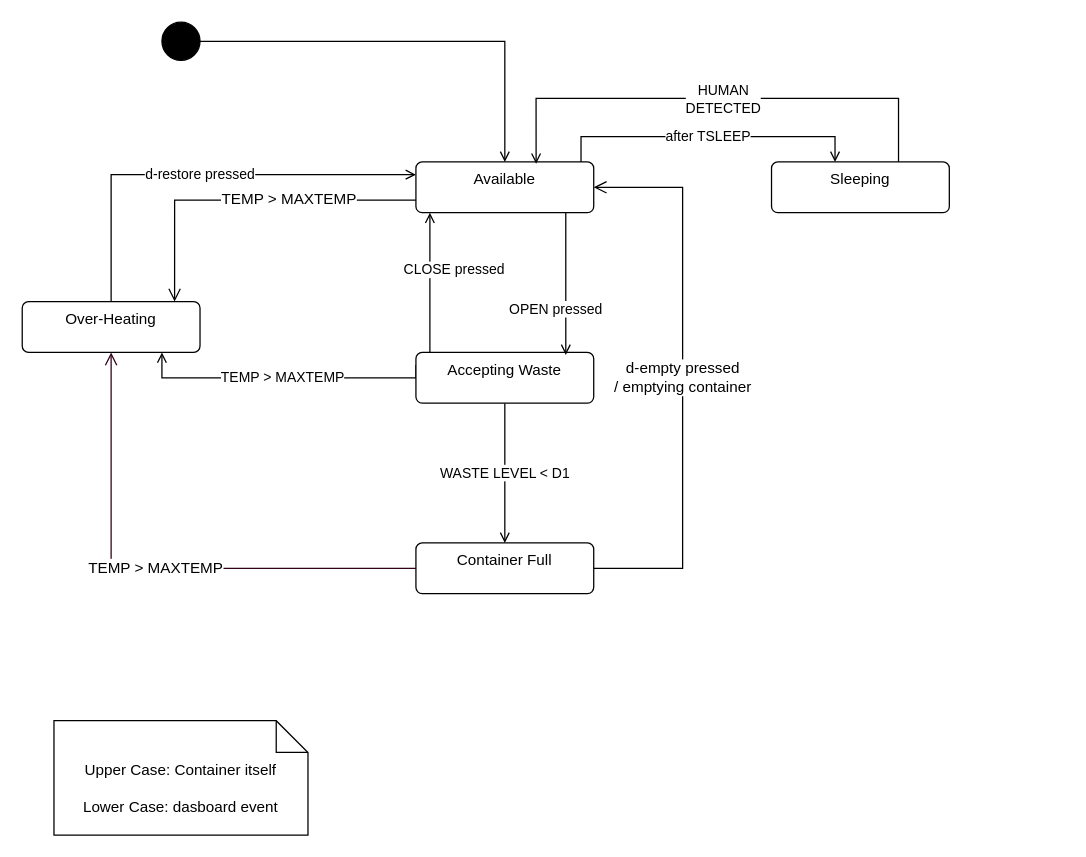
Earlier version of the draw.io diagram Arduino/State Diagram.drawio (MatteoGodzilla/Smart-Waste-Disposal-System). Source tidied: cells renumbered, new cells numbered last; positions are measured from the earlier drawing's top-left corner, leaving out a move shared by most shapes. Both pictures are drawn from the tidied source at 127%, with x=0, y=0 at pixel (22, 22).
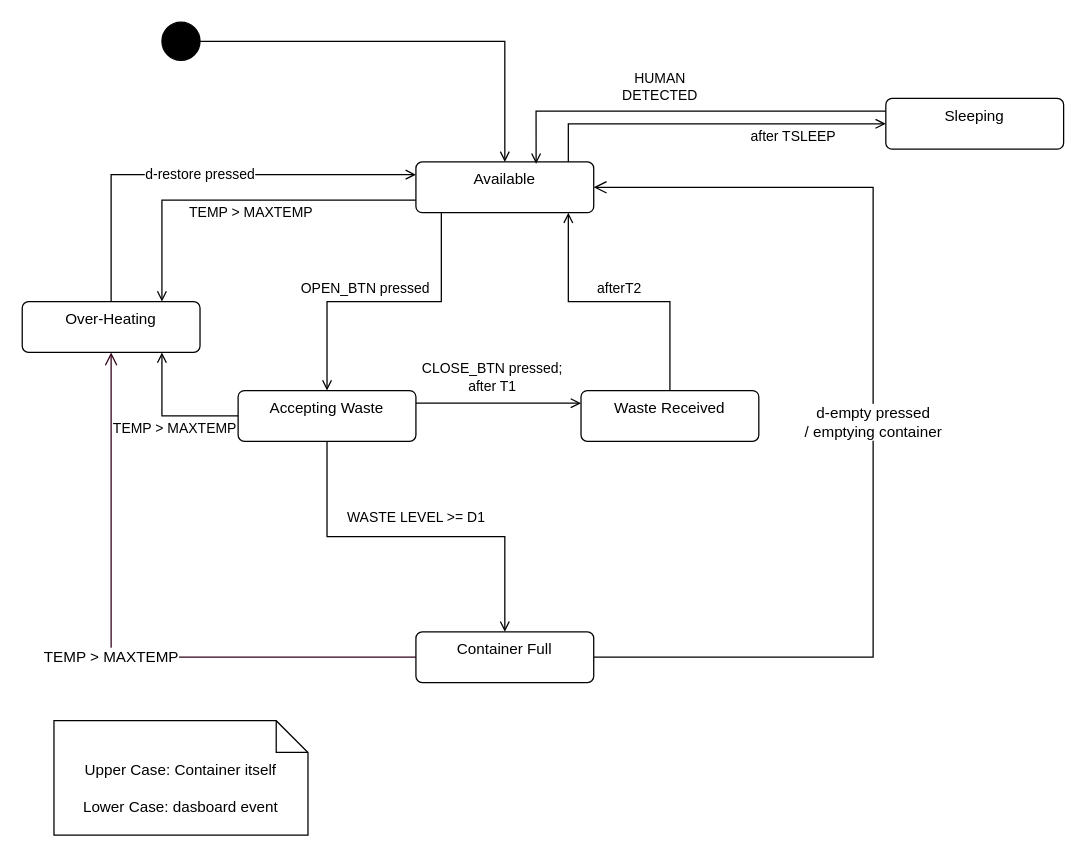
After the change.

Unchanged cells that the change refers to:
```xml
<mxCell id="4" value="Available" style="html=1;align=center;verticalAlign=top;rounded=1;absoluteArcSize=1;arcSize=10;dashed=0;whiteSpace=wrap;" parent="1" vertex="1">
  <mxGeometry x="310" y="110" width="140" height="40" as="geometry" />
</mxCell>
<mxCell id="14" value="Over-Heating" style="html=1;align=center;verticalAlign=top;rounded=1;absoluteArcSize=1;arcSize=10;dashed=0;whiteSpace=wrap;" parent="1" vertex="1">
  <mxGeometry y="220" width="140" height="40" as="geometry" />
</mxCell>
```

What changed in the source:
```diff
@@
-    <mxCell id="2" value="TEMP &amp;gt; MAXTEMP" style="edgeStyle=orthogonalEdgeStyle;rounded=0;jettySize=auto;html=1;endArrow=open;endFill=0;exitX=0;exitY=0.25;exitDx=0;exitDy=0;" parent="1" edge="1" source="12" target="14">
-      <mxGeometry relative="1" as="geometry">
-        <Array as="points">
-          <mxPoint x="310" y="280" />
-          <mxPoint x="110" y="280" />
-        </Array>
-      </mxGeometry>
-    </mxCell>
     <mxCell id="3" value="after TSLEEP" style="edgeStyle=orthogonalEdgeStyle;rounded=0;jettySize=auto;html=1;endArrow=open;endFill=0;" parent="1" edge="1" source="4" target="7">
-      <mxGeometry relative="1" as="geometry">
+      <mxGeometry x="0.48" y="-10" relative="1" as="geometry">
         <Array as="points">
-          <mxPoint x="440" y="90" />
-          <mxPoint x="640" y="90" />
+          <mxPoint x="430" y="80" />
         </Array>
       </mxGeometry>
     </mxCell>
+    <mxCell id="18" value="OPEN_BTN pressed" style="edgeStyle=orthogonalEdgeStyle;rounded=0;jettySize=auto;html=1;endArrow=open;endFill=0;" parent="1" edge="1" source="4" target="12">
+      <mxGeometry x="0.13" y="-10" relative="1" as="geometry">
+        <Array as="points">
+          <mxPoint x="330" y="220" />
+          <mxPoint x="240" y="220" />
+        </Array>
+      </mxGeometry>
+    </mxCell>
+    <mxCell id="21" value="TEMP &amp;gt; MAXTEMP" style="edgeStyle=orthogonalEdgeStyle;rounded=0;jettySize=auto;html=1;endArrow=open;endFill=0;" parent="1" edge="1" source="4" target="14">
+      <mxGeometry x="-0.07" y="10" relative="1" as="geometry">
+        <Array as="points">
+          <mxPoint x="110" y="140" />
+        </Array>
+      </mxGeometry>
+    </mxCell>
@@
     <mxCell id="7" value="Sleeping" style="html=1;align=center;verticalAlign=top;rounded=1;absoluteArcSize=1;arcSize=10;dashed=0;whiteSpace=wrap;" parent="1" vertex="1">
-      <mxGeometry x="590" y="110" width="140" height="40" as="geometry" />
+      <mxGeometry x="680" y="60" width="140" height="40" as="geometry" />
     </mxCell>
@@
-    <mxCell id="9" value="d-empty pressed&lt;div&gt;/ emptying container&lt;/div&gt;" style="edgeStyle=orthogonalEdgeStyle;rounded=0;jettySize=auto;html=1;entryX=1;entryY=0.5;entryDx=0;entryDy=0;fontSize=12;startSize=8;endSize=8;endArrow=open;endFill=0;fillColor=#d5e8d4;strokeColor=#000000;" parent="1" edge="1" source="10" target="4">
+    <mxCell id="9" value="d-empty pressed&lt;div&gt;/ emptying container&lt;/div&gt;" style="edgeStyle=orthogonalEdgeStyle;rounded=0;jettySize=auto;html=1;entryX=1;entryY=0.5;entryDx=0;entryDy=0;fontSize=12;startSize=8;endSize=8;endArrow=open;endFill=0;fillColor=#d5e8d4;strokeColor=#000000;exitX=1;exitY=0.5;exitDx=0;exitDy=0;" parent="1" edge="1" source="10" target="4">
       <mxGeometry relative="1" as="geometry">
         <Array as="points">
-          <mxPoint x="520" y="430" />
-          <mxPoint x="520" y="130" />
+          <mxPoint x="670" y="500" />
+          <mxPoint x="670" y="130" />
         </Array>
       </mxGeometry>
     </mxCell>
     <mxCell id="10" value="Container Full" style="html=1;align=center;verticalAlign=top;rounded=1;absoluteArcSize=1;arcSize=10;dashed=0;whiteSpace=wrap;" parent="1" vertex="1">
-      <mxGeometry x="310" y="410" width="140" height="40" as="geometry" />
+      <mxGeometry x="310" y="480" width="140" height="40" as="geometry" />
     </mxCell>
+    <mxCell id="22" value="CLOSE_BTN pressed;&lt;br&gt;after T1" style="edgeStyle=orthogonalEdgeStyle;rounded=0;jettySize=auto;html=1;endArrow=open;endFill=0;" parent="1" edge="1" source="12" target="24">
+      <mxGeometry x="-0.08" y="20" relative="1" as="geometry">
+        <Array as="points">
+          <mxPoint x="380" y="300" />
+          <mxPoint x="380" y="300" />
+        </Array>
+      </mxGeometry>
+    </mxCell>
-    <mxCell id="11" value="WASTE LEVEL &amp;lt; D1" style="edgeStyle=orthogonalEdgeStyle;rounded=0;jettySize=auto;html=1;endArrow=open;endFill=0;" parent="1" edge="1" source="12" target="10">
-      <mxGeometry relative="1" as="geometry" />
+    <mxCell id="11" value="WASTE LEVEL &amp;gt;= D1" style="edgeStyle=orthogonalEdgeStyle;rounded=0;jettySize=auto;html=1;endArrow=open;endFill=0;" parent="1" edge="1" source="12" target="10">
+      <mxGeometry y="15" relative="1" as="geometry" />
     </mxCell>
+    <mxCell id="2" value="&lt;div&gt;TEMP &amp;gt; MAXTEMP&lt;/div&gt;" style="edgeStyle=orthogonalEdgeStyle;rounded=0;jettySize=auto;html=1;endArrow=open;endFill=0;" parent="1" edge="1" source="12" target="14">
+      <mxGeometry x="-0.09" y="10" relative="1" as="geometry">
+        <Array as="points">
+          <mxPoint x="110" y="310" />
+        </Array>
+      </mxGeometry>
+    </mxCell>
     <mxCell id="12" value="Accepting&amp;nbsp;&lt;span style=&quot;background-color: initial;&quot;&gt;Waste&lt;/span&gt;" style="html=1;align=center;verticalAlign=top;rounded=1;absoluteArcSize=1;arcSize=10;dashed=0;whiteSpace=wrap;" parent="1" vertex="1">
-      <mxGeometry x="310" y="260" width="140" height="40" as="geometry" />
+      <mxGeometry x="170" y="290" width="140" height="40" as="geometry" />
     </mxCell>
@@
     <mxCell id="16" style="edgeStyle=orthogonalEdgeStyle;rounded=0;jettySize=auto;html=1;entryX=0.676;entryY=0.036;entryDx=0;entryDy=0;entryPerimeter=0;endArrow=open;endFill=0;" parent="1" edge="1" source="7" target="4">
       <mxGeometry relative="1" as="geometry">
         <Array as="points">
-          <mxPoint x="690" y="60" />
-          <mxPoint x="405" y="60" />
+          <mxPoint x="405" y="70" />
         </Array>
       </mxGeometry>
     </mxCell>
     <mxCell id="17" value="HUMAN&lt;div&gt;DETECTED&lt;/div&gt;" style="edgeLabel;html=1;align=center;verticalAlign=middle;" parent="16" vertex="1">
       <mxGeometry x="-0.62" y="2" relative="1" as="geometry">
-        <mxPoint x="-116" y="-2" as="offset" />
+        <mxPoint x="-119" y="-22" as="offset" />
       </mxGeometry>
     </mxCell>
-    <mxCell id="18" value="OPEN pressed" style="edgeStyle=orthogonalEdgeStyle;rounded=0;jettySize=auto;html=1;entryX=0.843;entryY=0.05;entryDx=0;entryDy=0;entryPerimeter=0;endArrow=open;endFill=0;" parent="1" edge="1" source="4" target="12">
-      <mxGeometry x="0.36" y="-8" relative="1" as="geometry">
-        <Array as="points">
-          <mxPoint x="428" y="180" />
-          <mxPoint x="428" y="180" />
-        </Array>
-      </mxGeometry>
-    </mxCell>
-    <mxCell id="19" value="CLOSE pressed" style="edgeStyle=orthogonalEdgeStyle;rounded=0;jettySize=auto;html=1;endArrow=open;endFill=0;" parent="1" edge="1" source="12">
-      <mxGeometry x="0.19" y="-19" relative="1" as="geometry">
-        <mxPoint x="321" y="150" as="targetPoint" />
-        <Array as="points">
-          <mxPoint x="321" y="240" />
-          <mxPoint x="321" y="240" />
-        </Array>
-      </mxGeometry>
-    </mxCell>
@@
-    <mxCell id="21" value="TEMP &amp;gt; MAXTEMP" style="edgeStyle=orthogonalEdgeStyle;rounded=0;jettySize=auto;html=1;entryX=0.857;entryY=0;entryDx=0;entryDy=0;entryPerimeter=0;fontSize=12;startSize=8;endSize=8;exitX=0;exitY=0.75;exitDx=0;exitDy=0;endArrow=open;endFill=0;fillColor=#d5e8d4;strokeColor=#000000;" parent="1" edge="1" source="4" target="14">
-      <mxGeometry x="-0.26" relative="1" as="geometry" />
-    </mxCell>
+    <mxCell id="23" value="afterT2" style="edgeStyle=orthogonalEdgeStyle;rounded=0;jettySize=auto;html=1;endArrow=open;endFill=0;" parent="1" edge="1" source="24" target="4">
+      <mxGeometry y="-10" relative="1" as="geometry">
+        <Array as="points">
+          <mxPoint x="510" y="220" />
+          <mxPoint x="430" y="220" />
+        </Array>
+      </mxGeometry>
+    </mxCell>
+    <mxCell id="24" value="Waste Received" style="html=1;align=center;verticalAlign=top;rounded=1;absoluteArcSize=1;arcSize=10;dashed=0;whiteSpace=wrap;" parent="1" vertex="1">
+      <mxGeometry x="440" y="290" width="140" height="40" as="geometry" />
+    </mxCell>
```
